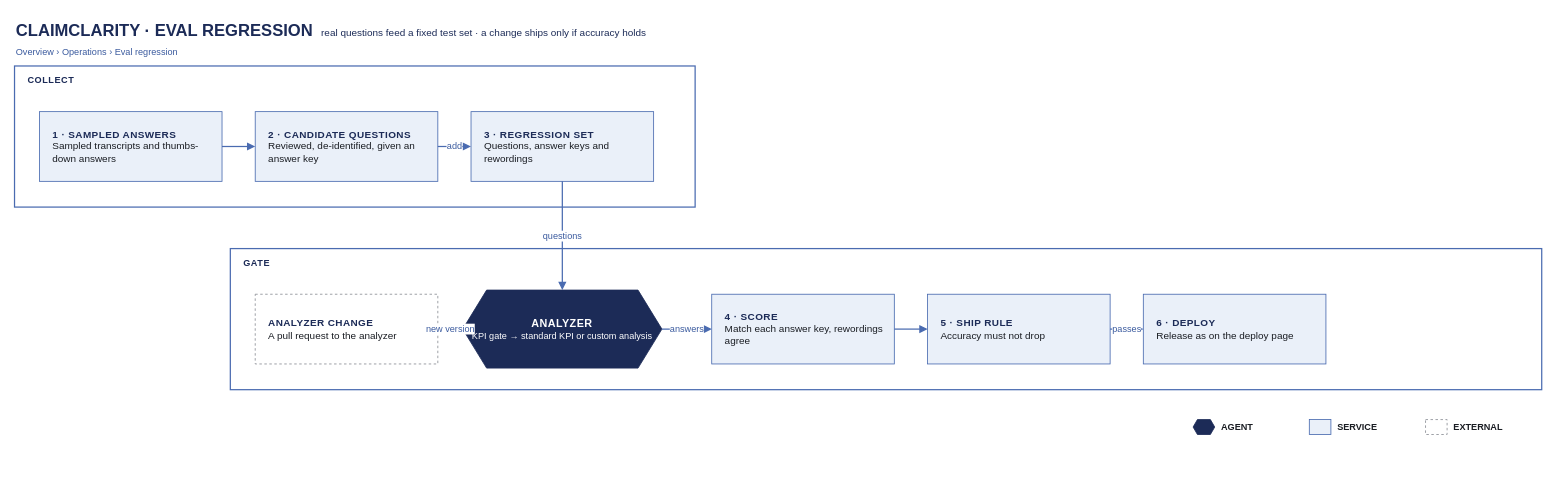
Peter-Shamoun/cc keeps this draw.io diagram as docs/architecture/src/63-eval-regression.drawio. Above is the earlier version. Source tidied: cells renumbered, new cells numbered last; positions are measured from the earlier drawing's top-left corner, leaving out a move shared by most shapes. Both pictures are drawn from the tidied source at 83%, with x=0, y=0 at pixel (14, 14).
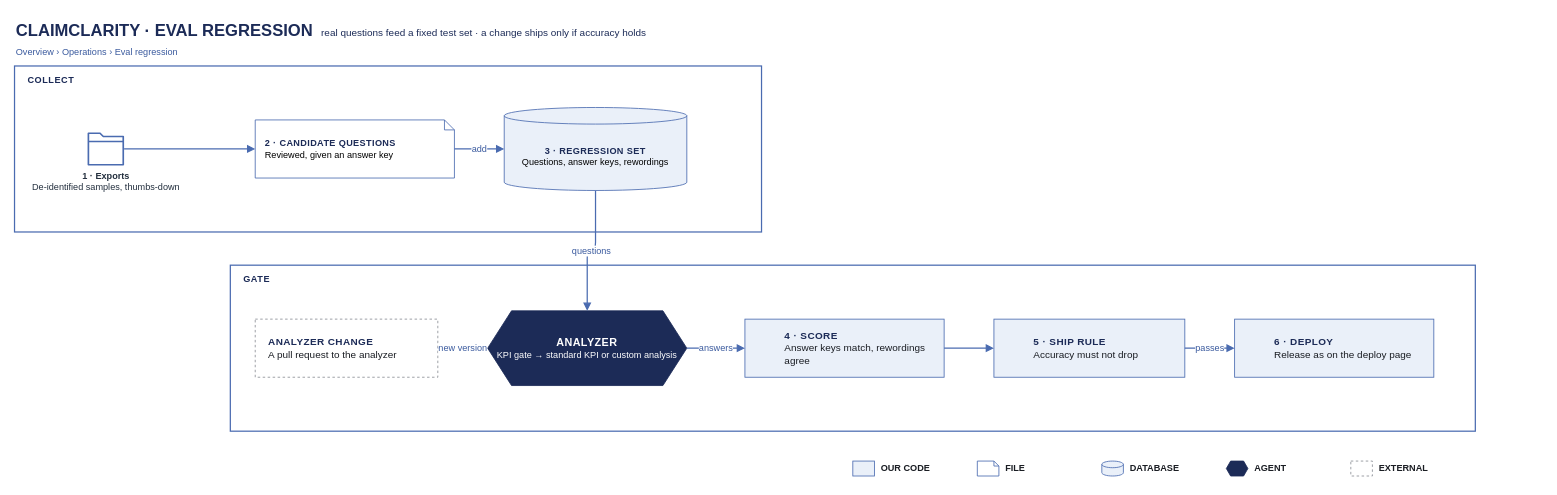
The same page after the edit.

Change to the diagram source:
```diff
@@
     <mxCell id="4" style="rounded=0;whiteSpace=wrap;html=1;fillColor=none;strokeColor=#4A6BB0;strokeWidth=1.5;" parent="1" vertex="1">
-      <mxGeometry y="62" width="820" height="170" as="geometry" />
+      <mxGeometry y="62" width="900" height="200" as="geometry" />
     </mxCell>
     <mxCell id="5" value="&lt;b style=&quot;color:#1C2B57;letter-spacing:0.06em&quot;&gt;COLLECT&lt;/b&gt;" style="text;html=1;align=left;verticalAlign=middle;whiteSpace=wrap;fontFamily=Helvetica;fontSize=11;" parent="4" vertex="1">
-      <mxGeometry x="14" y="6" width="792" height="22" as="geometry" />
+      <mxGeometry x="14" y="6" width="872" height="22" as="geometry" />
     </mxCell>
-    <mxCell id="6" value="&lt;b style=&quot;color:#1C2B57;letter-spacing:0.04em&quot;&gt;1 · SAMPLED ANSWERS&lt;/b&gt;&lt;br&gt;Sampled transcripts and thumbs-down answers" style="rounded=0;whiteSpace=wrap;html=1;fillColor=#EAF0F9;strokeColor=#4A6BB0;fontColor=#1A1D23;align=left;spacingLeft=14;spacingRight=10;verticalAlign=middle;fontSize=12;fontFamily=Helvetica;" parent="4" vertex="1">
-      <mxGeometry x="30" y="55" width="220" height="84" as="geometry" />
-    </mxCell>
-    <mxCell id="7" value="&lt;b style=&quot;color:#1C2B57;letter-spacing:0.04em&quot;&gt;2 · CANDIDATE QUESTIONS&lt;/b&gt;&lt;br&gt;Reviewed, de-identified, given an answer key" style="rounded=0;whiteSpace=wrap;html=1;fillColor=#EAF0F9;strokeColor=#4A6BB0;fontColor=#1A1D23;align=left;spacingLeft=14;spacingRight=10;verticalAlign=middle;fontSize=12;fontFamily=Helvetica;" parent="4" vertex="1">
-      <mxGeometry x="290" y="55" width="220" height="84" as="geometry" />
-    </mxCell>
-    <mxCell id="8" value="&lt;b style=&quot;color:#1C2B57;letter-spacing:0.04em&quot;&gt;3 · REGRESSION SET&lt;/b&gt;&lt;br&gt;Questions, answer keys and rewordings" style="rounded=0;whiteSpace=wrap;html=1;fillColor=#EAF0F9;strokeColor=#4A6BB0;fontColor=#1A1D23;align=left;spacingLeft=14;spacingRight=10;verticalAlign=middle;fontSize=12;fontFamily=Helvetica;" parent="4" vertex="1">
-      <mxGeometry x="550" y="55" width="220" height="84" as="geometry" />
-    </mxCell>
+    <mxCell id="30" value="&lt;b&gt;1 · Exports&lt;/b&gt;&lt;br&gt;De-identified samples, thumbs-down" style="shape=mxgraph.aws4.folder;html=1;fillColor=#4A6BB0;strokeColor=none;verticalLabelPosition=bottom;verticalAlign=top;align=center;fontSize=11;fontFamily=Helvetica;fontColor=#232F3E;" parent="1" vertex="1">
+      <mxGeometry x="86" y="142" width="48" height="40" as="geometry" />
+    </mxCell>
+    <mxCell id="31" value="&lt;b style=&quot;color:#1C2B57;letter-spacing:0.04em&quot;&gt;2 · CANDIDATE QUESTIONS&lt;/b&gt;&lt;br&gt;Reviewed, given an answer key" style="shape=note;size=12;whiteSpace=wrap;html=1;fillColor=#FFFFFF;strokeColor=#4A6BB0;fontSize=11;fontFamily=Helvetica;align=left;spacingLeft=10;" parent="1" vertex="1">
+      <mxGeometry x="290" y="127" width="240" height="70" as="geometry" />
+    </mxCell>
+    <mxCell id="32" value="&lt;b style=&quot;color:#1C2B57;letter-spacing:0.04em&quot;&gt;3 · REGRESSION SET&lt;/b&gt;&lt;br&gt;Questions, answer keys, rewordings" style="shape=cylinder3;whiteSpace=wrap;html=1;boundedLbl=1;backgroundOutline=1;size=10;fillColor=#EAF0F9;strokeColor=#4A6BB0;fontSize=11;fontFamily=Helvetica;" parent="1" vertex="1">
+      <mxGeometry x="590" y="112" width="220" height="100" as="geometry" />
+    </mxCell>
     <mxCell id="9" style="rounded=0;whiteSpace=wrap;html=1;fillColor=none;strokeColor=#4A6BB0;strokeWidth=1.5;" parent="1" vertex="1">
-      <mxGeometry x="260" y="282" width="1580" height="170" as="geometry" />
+      <mxGeometry x="260" y="302" width="1500" height="200" as="geometry" />
     </mxCell>
     <mxCell id="10" value="&lt;b style=&quot;color:#1C2B57;letter-spacing:0.06em&quot;&gt;GATE&lt;/b&gt;" style="text;html=1;align=left;verticalAlign=middle;whiteSpace=wrap;fontFamily=Helvetica;fontSize=11;" parent="9" vertex="1">
-      <mxGeometry x="14" y="6" width="1552" height="22" as="geometry" />
+      <mxGeometry x="14" y="6" width="1472" height="22" as="geometry" />
     </mxCell>
-    <mxCell id="11" value="&lt;b style=&quot;color:#1C2B57;letter-spacing:0.04em&quot;&gt;ANALYZER CHANGE&lt;/b&gt;&lt;br&gt;A pull request to the analyzer" style="rounded=0;whiteSpace=wrap;html=1;fillColor=#FFFFFF;strokeColor=#8A8E95;dashed=1;fontColor=#1A1D23;align=left;spacingLeft=14;spacingRight=10;verticalAlign=middle;fontSize=12;fontFamily=Helvetica;" parent="9" vertex="1">
-      <mxGeometry x="30" y="55" width="220" height="84" as="geometry" />
+    <mxCell id="11" value="&lt;b style=&quot;color:#1C2B57;letter-spacing:0.04em&quot;&gt;ANALYZER CHANGE&lt;/b&gt;&lt;br&gt;A pull request to the analyzer" style="rounded=0;whiteSpace=wrap;html=1;fillColor=#FFFFFF;strokeColor=#8A8E95;dashed=1;fontColor=#1A1D23;align=left;spacingLeft=14;spacingRight=10;verticalAlign=middle;fontSize=12;fontFamily=Helvetica;" parent="1" vertex="1">
+      <mxGeometry x="290" y="367" width="220" height="70" as="geometry" />
     </mxCell>
-    <mxCell id="12" value="&lt;b style=&quot;font-size:13px;letter-spacing:0.04em&quot;&gt;ANALYZER&lt;/b&gt;&lt;br&gt;KPI gate → standard KPI or custom analysis" style="shape=hexagon;perimeter=hexagonPerimeter2;size=0.12;whiteSpace=wrap;html=1;fillColor=#1C2B57;strokeColor=#1C2B57;fontColor=#FFFFFF;fontFamily=Helvetica;fontSize=11;" parent="9" vertex="1">
-      <mxGeometry x="280" y="50" width="240" height="94" as="geometry" />
+    <mxCell id="12" value="&lt;b style=&quot;font-size:13px;letter-spacing:0.04em&quot;&gt;ANALYZER&lt;/b&gt;&lt;br&gt;KPI gate → standard KPI or custom analysis" style="shape=hexagon;perimeter=hexagonPerimeter2;size=0.12;whiteSpace=wrap;html=1;fillColor=#1C2B57;strokeColor=#1C2B57;fontColor=#FFFFFF;fontFamily=Helvetica;fontSize=11;" parent="1" vertex="1">
+      <mxGeometry x="570" y="357" width="240" height="90" as="geometry" />
     </mxCell>
-    <mxCell id="13" value="&lt;b style=&quot;color:#1C2B57;letter-spacing:0.04em&quot;&gt;4 · SCORE&lt;/b&gt;&lt;br&gt;Match each answer key, rewordings agree" style="rounded=0;whiteSpace=wrap;html=1;fillColor=#EAF0F9;strokeColor=#4A6BB0;fontColor=#1A1D23;align=left;spacingLeft=14;spacingRight=10;verticalAlign=middle;fontSize=12;fontFamily=Helvetica;" parent="9" vertex="1">
-      <mxGeometry x="580" y="55" width="220" height="84" as="geometry" />
+    <mxCell id="13" value="&lt;b style=&quot;color:#1C2B57;letter-spacing:0.04em&quot;&gt;4 · SCORE&lt;/b&gt;&lt;br&gt;Answer keys match, rewordings agree" style="rounded=0;whiteSpace=wrap;html=1;fillColor=#EAF0F9;strokeColor=#4A6BB0;fontColor=#1A1D23;align=left;spacingLeft=46;spacingRight=10;verticalAlign=middle;fontSize=12;fontFamily=Helvetica;" parent="1" vertex="1">
+      <mxGeometry x="880" y="367" width="240" height="70" as="geometry" />
     </mxCell>
-    <mxCell id="14" value="&lt;b style=&quot;color:#1C2B57;letter-spacing:0.04em&quot;&gt;5 · SHIP RULE&lt;/b&gt;&lt;br&gt;Accuracy must not drop" style="rounded=0;whiteSpace=wrap;html=1;fillColor=#EAF0F9;strokeColor=#4A6BB0;fontColor=#1A1D23;align=left;spacingLeft=14;spacingRight=10;verticalAlign=middle;fontSize=12;fontFamily=Helvetica;" parent="9" vertex="1">
-      <mxGeometry x="840" y="55" width="220" height="84" as="geometry" />
+    <mxCell id="14" value="&lt;b style=&quot;color:#1C2B57;letter-spacing:0.04em&quot;&gt;5 · SHIP RULE&lt;/b&gt;&lt;br&gt;Accuracy must not drop" style="rounded=0;whiteSpace=wrap;html=1;fillColor=#EAF0F9;strokeColor=#4A6BB0;fontColor=#1A1D23;align=left;spacingLeft=46;spacingRight=10;verticalAlign=middle;fontSize=12;fontFamily=Helvetica;" parent="1" vertex="1">
+      <mxGeometry x="1180" y="367" width="230" height="70" as="geometry" />
     </mxCell>
-    <mxCell id="15" value="&lt;b style=&quot;color:#1C2B57;letter-spacing:0.04em&quot;&gt;6 · DEPLOY&lt;/b&gt;&lt;br&gt;Release as on the deploy page" style="rounded=0;whiteSpace=wrap;html=1;fillColor=#EAF0F9;strokeColor=#4A6BB0;fontColor=#1A1D23;align=left;spacingLeft=14;spacingRight=10;verticalAlign=middle;fontSize=12;fontFamily=Helvetica;" parent="9" vertex="1">
-      <mxGeometry x="1100" y="55" width="220" height="84" as="geometry" />
+    <mxCell id="15" value="&lt;b style=&quot;color:#1C2B57;letter-spacing:0.04em&quot;&gt;6 · DEPLOY&lt;/b&gt;&lt;br&gt;Release as on the deploy page" style="rounded=0;whiteSpace=wrap;html=1;fillColor=#EAF0F9;strokeColor=#4A6BB0;fontColor=#1A1D23;align=left;spacingLeft=46;spacingRight=10;verticalAlign=middle;fontSize=12;fontFamily=Helvetica;" parent="1" vertex="1">
+      <mxGeometry x="1470" y="367" width="240" height="70" as="geometry" />
     </mxCell>
-    <mxCell id="16" style="edgeStyle=orthogonalEdgeStyle;rounded=1;jettySize=auto;html=1;strokeColor=#4A6BB0;strokeWidth=1.5;endArrow=block;endFill=1;endSize=6;fontSize=11;fontColor=#3A5A9E;labelBackgroundColor=#FFFFFF;fontFamily=Helvetica;exitX=1;exitY=0.5;exitDx=0;exitDy=0;entryX=0;entryY=0.5;entryDx=0;entryDy=0;" parent="1" edge="1" source="6" target="7">
-      <mxGeometry relative="1" as="geometry" />
-    </mxCell>
+    <mxCell id="33" style="edgeStyle=orthogonalEdgeStyle;rounded=1;jettySize=auto;html=1;strokeColor=#4A6BB0;strokeWidth=1.5;endArrow=block;endFill=1;endSize=6;fontSize=11;fontColor=#3A5A9E;labelBackgroundColor=#FFFFFF;fontFamily=Helvetica;exitX=1;exitY=0.5;exitDx=0;exitDy=0;entryX=0;entryY=0.5;entryDx=0;entryDy=0;" parent="1" edge="1" source="30" target="31">
+      <mxGeometry relative="1" as="geometry" />
+    </mxCell>
-    <mxCell id="17" value="add" style="edgeStyle=orthogonalEdgeStyle;rounded=1;jettySize=auto;html=1;strokeColor=#4A6BB0;strokeWidth=1.5;endArrow=block;endFill=1;endSize=6;fontSize=11;fontColor=#3A5A9E;labelBackgroundColor=#FFFFFF;fontFamily=Helvetica;exitX=1;exitY=0.5;exitDx=0;exitDy=0;entryX=0;entryY=0.5;entryDx=0;entryDy=0;" parent="1" edge="1" source="7" target="8">
+    <mxCell id="17" value="add" style="edgeStyle=orthogonalEdgeStyle;rounded=1;jettySize=auto;html=1;strokeColor=#4A6BB0;strokeWidth=1.5;endArrow=block;endFill=1;endSize=6;fontSize=11;fontColor=#3A5A9E;labelBackgroundColor=#FFFFFF;fontFamily=Helvetica;exitX=1;exitY=0.5;exitDx=0;exitDy=0;entryX=0;entryY=0.5;entryDx=0;entryDy=0;" parent="1" edge="1" source="31" target="32">
       <mxGeometry relative="1" as="geometry" />
     </mxCell>
-    <mxCell id="18" value="questions" style="edgeStyle=orthogonalEdgeStyle;rounded=1;jettySize=auto;html=1;strokeColor=#4A6BB0;strokeWidth=1.5;endArrow=block;endFill=1;endSize=6;fontSize=11;fontColor=#3A5A9E;labelBackgroundColor=#FFFFFF;fontFamily=Helvetica;exitX=0.5;exitY=1;exitDx=0;exitDy=0;entryX=0.5;entryY=0;entryDx=0;entryDy=0;" parent="1" edge="1" source="8" target="12">
+    <mxCell id="18" value="questions" style="edgeStyle=orthogonalEdgeStyle;rounded=1;jettySize=auto;html=1;strokeColor=#4A6BB0;strokeWidth=1.5;endArrow=block;endFill=1;endSize=6;fontSize=11;fontColor=#3A5A9E;labelBackgroundColor=#FFFFFF;fontFamily=Helvetica;exitX=0.5;exitY=1;exitDx=0;exitDy=0;entryX=0.5;entryY=0;entryDx=0;entryDy=0;" parent="1" edge="1" source="32" target="12">
       <mxGeometry relative="1" as="geometry" />
     </mxCell>
@@
     <mxCell id="23" style="rounded=0;html=1;fillColor=none;strokeColor=none;" parent="1" vertex="1">
-      <mxGeometry x="1420" y="482" width="420" height="30" as="geometry" />
+      <mxGeometry x="1010" y="532" width="750" height="30" as="geometry" />
     </mxCell>
+    <mxCell id="34" style="rounded=0;whiteSpace=wrap;html=1;fillColor=#EAF0F9;strokeColor=#4A6BB0;fontColor=#1A1D23;align=left;spacingLeft=14;spacingRight=10;verticalAlign=middle;fontSize=12;fontFamily=Helvetica;" parent="23" vertex="1">
+      <mxGeometry y="6" width="26" height="18" as="geometry" />
+    </mxCell>
+    <mxCell id="35" value="OUR CODE" style="text;html=1;align=left;verticalAlign=middle;fontSize=11;fontColor=#1A1D23;fontStyle=1;fontFamily=Helvetica;" parent="23" vertex="1">
+      <mxGeometry x="32" y="4" width="112" height="22" as="geometry" />
+    </mxCell>
+    <mxCell id="36" style="shape=note;size=6;whiteSpace=wrap;html=1;fillColor=#FFFFFF;strokeColor=#4A6BB0;fontSize=11;fontFamily=Helvetica;align=left;spacingLeft=10;" parent="23" vertex="1">
+      <mxGeometry x="150" y="6" width="26" height="18" as="geometry" />
+    </mxCell>
+    <mxCell id="37" value="FILE" style="text;html=1;align=left;verticalAlign=middle;fontSize=11;fontColor=#1A1D23;fontStyle=1;fontFamily=Helvetica;" parent="23" vertex="1">
+      <mxGeometry x="182" y="4" width="112" height="22" as="geometry" />
+    </mxCell>
+    <mxCell id="38" style="shape=cylinder3;whiteSpace=wrap;html=1;boundedLbl=1;backgroundOutline=1;size=4;fillColor=#EAF0F9;strokeColor=#4A6BB0;fontSize=11;fontFamily=Helvetica;" parent="23" vertex="1">
+      <mxGeometry x="300" y="6" width="26" height="18" as="geometry" />
+    </mxCell>
+    <mxCell id="39" value="DATABASE" style="text;html=1;align=left;verticalAlign=middle;fontSize=11;fontColor=#1A1D23;fontStyle=1;fontFamily=Helvetica;" parent="23" vertex="1">
+      <mxGeometry x="332" y="4" width="112" height="22" as="geometry" />
+    </mxCell>
     <mxCell id="24" style="shape=hexagon;perimeter=hexagonPerimeter2;size=0.2;fillColor=#1C2B57;strokeColor=#1C2B57;html=1;" parent="23" vertex="1">
-      <mxGeometry y="6" width="26" height="18" as="geometry" />
+      <mxGeometry x="450" y="6" width="26" height="18" as="geometry" />
     </mxCell>
     <mxCell id="25" value="AGENT" style="text;html=1;align=left;verticalAlign=middle;fontSize=11;fontColor=#1A1D23;fontStyle=1;fontFamily=Helvetica;" parent="23" vertex="1">
-      <mxGeometry x="32" y="4" width="105" height="22" as="geometry" />
+      <mxGeometry x="482" y="4" width="112" height="22" as="geometry" />
     </mxCell>
-    <mxCell id="26" style="fillColor=#EAF0F9;strokeColor=#4A6BB0;html=1;" parent="23" vertex="1">
-      <mxGeometry x="140" y="6" width="26" height="18" as="geometry" />
-    </mxCell>
-    <mxCell id="27" value="SERVICE" style="text;html=1;align=left;verticalAlign=middle;fontSize=11;fontColor=#1A1D23;fontStyle=1;fontFamily=Helvetica;" parent="23" vertex="1">
-      <mxGeometry x="172" y="4" width="105" height="22" as="geometry" />
-    </mxCell>
     <mxCell id="28" style="fillColor=#FFFFFF;strokeColor=#8A8E95;dashed=1;html=1;" parent="23" vertex="1">
-      <mxGeometry x="280" y="6" width="26" height="18" as="geometry" />
+      <mxGeometry x="600" y="6" width="26" height="18" as="geometry" />
     </mxCell>
     <mxCell id="29" value="EXTERNAL" style="text;html=1;align=left;verticalAlign=middle;fontSize=11;fontColor=#1A1D23;fontStyle=1;fontFamily=Helvetica;" parent="23" vertex="1">
-      <mxGeometry x="312" y="4" width="105" height="22" as="geometry" />
+      <mxGeometry x="632" y="4" width="112" height="22" as="geometry" />
     </mxCell>
```
